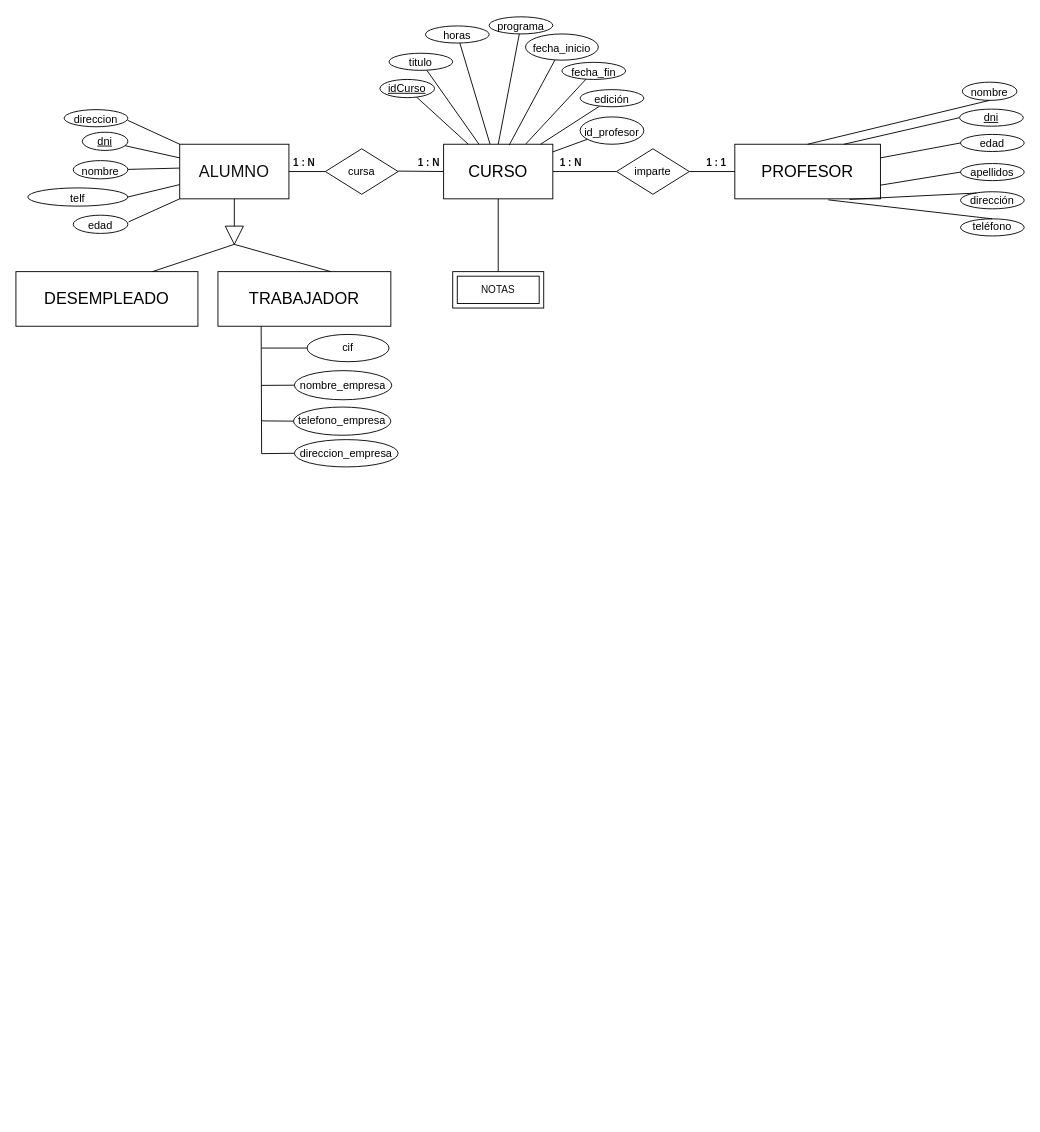
Above: Untitled Diagram.drawio in JuanMarinG/TA12_MYSQL (draw.io), before the change. Source tidied: cells renumbered, new cells numbered last; positions are measured from the earlier drawing's top-left corner, leaving out a move shared by most shapes. Both pictures are drawn from the tidied source at 91%, with x=0, y=0 at pixel (15, 16).
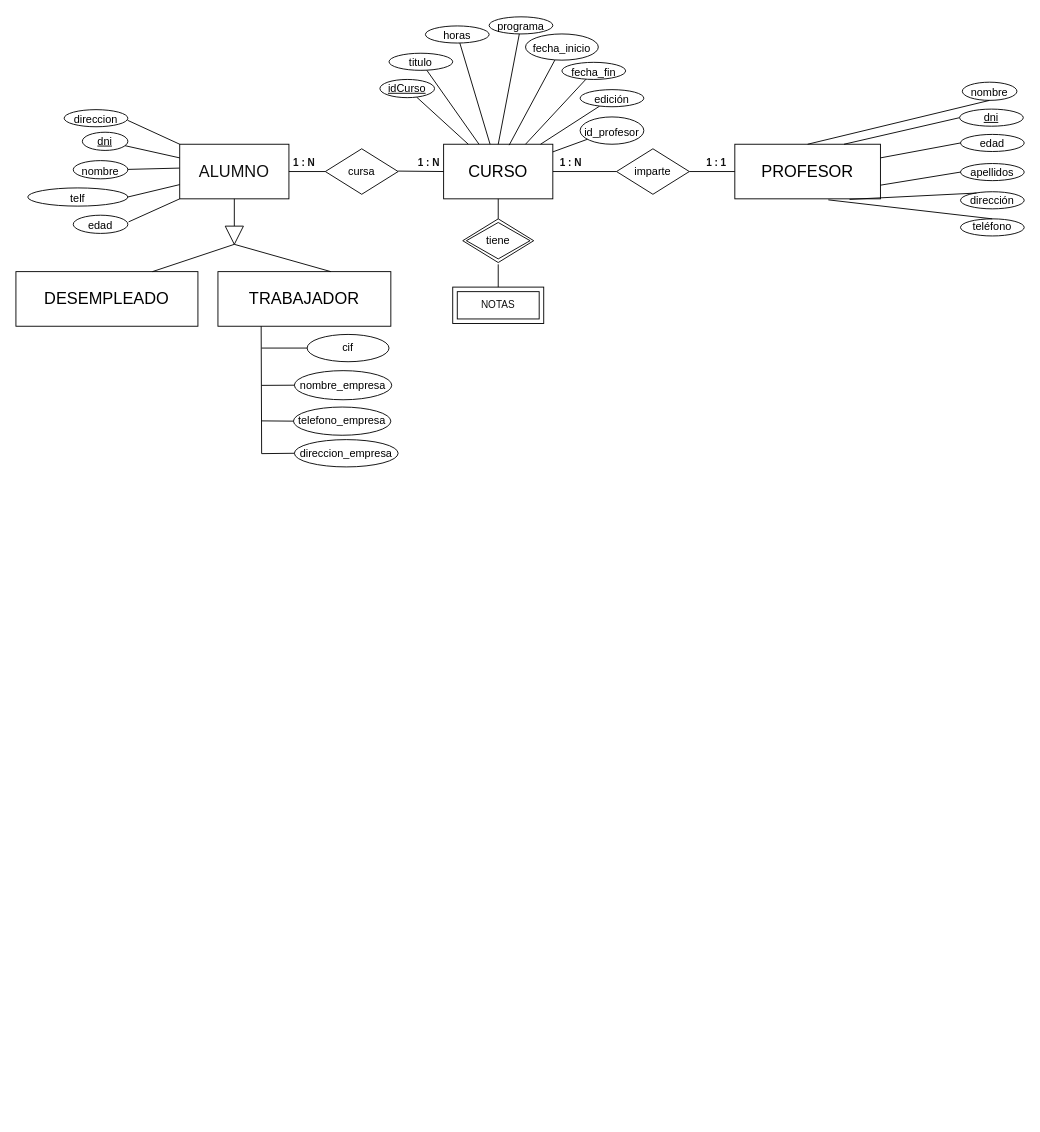
The same diagram, later.

Commit message:
relacion curso-notas

Unchanged cells that the change refers to:
```xml
<mxCell id="6" value="&lt;div&gt;CURSO&lt;/div&gt;" style="rounded=0;whiteSpace=wrap;html=1;shadow=0;sketch=0;fontSize=18;" parent="1" vertex="1">
  <mxGeometry x="470" y="140" width="120" height="60" as="geometry" />
</mxCell>
```

The edit, as a diff of the source:
```diff
@@
-    <mxCell id="70" style="endArrow=none;html=1;rounded=1;sketch=0;fontSize=11;fontColor=#0F0F0F;strokeColor=default;curved=0;entryX=0.5;entryY=1;entryDx=0;entryDy=0;exitX=0.5;exitY=0;exitDx=0;exitDy=0;" parent="1" edge="1" target="6">
+    <mxCell id="70" style="endArrow=none;html=1;rounded=1;sketch=0;fontSize=11;fontColor=#0F0F0F;strokeColor=default;curved=0;entryX=0.5;entryY=1;entryDx=0;entryDy=0;exitX=0.5;exitY=0;exitDx=0;exitDy=0;startArrow=none;" parent="1" edge="1" target="6">
       <mxGeometry relative="1" as="geometry">
-        <mxPoint x="530" y="280" as="sourcePoint" />
+        <mxPoint x="530" y="222" as="sourcePoint" />
       </mxGeometry>
     </mxCell>
     <mxCell id="71" value="&lt;div&gt;NOTAS&lt;/div&gt;" style="shape=ext;margin=3;double=1;whiteSpace=wrap;html=1;align=center;rounded=0;shadow=0;sketch=0;fontSize=11;fontColor=#0F0F0F;strokeColor=#000000;fillColor=#FFFFFF;" parent="1" vertex="1">
-      <mxGeometry x="480" y="280" width="100" height="40" as="geometry" />
+      <mxGeometry x="480" y="297" width="100" height="40" as="geometry" />
     </mxCell>
+    <mxCell id="72" style="endArrow=none;html=1;rounded=1;sketch=0;fontSize=11;fontColor=#0F0F0F;strokeColor=default;curved=0;entryX=0.5;entryY=1;entryDx=0;entryDy=0;exitX=0.5;exitY=0;exitDx=0;exitDy=0;" parent="1" edge="1" source="71">
+      <mxGeometry relative="1" as="geometry">
+        <mxPoint x="530" y="272" as="targetPoint" />
+      </mxGeometry>
+    </mxCell>
+    <mxCell id="73" value="tiene" style="shape=rhombus;double=1;perimeter=rhombusPerimeter;whiteSpace=wrap;html=1;align=center;rounded=0;sketch=0;fontSize=12;" parent="1" vertex="1">
+      <mxGeometry x="491" y="222" width="78" height="48" as="geometry" />
+    </mxCell>
```
